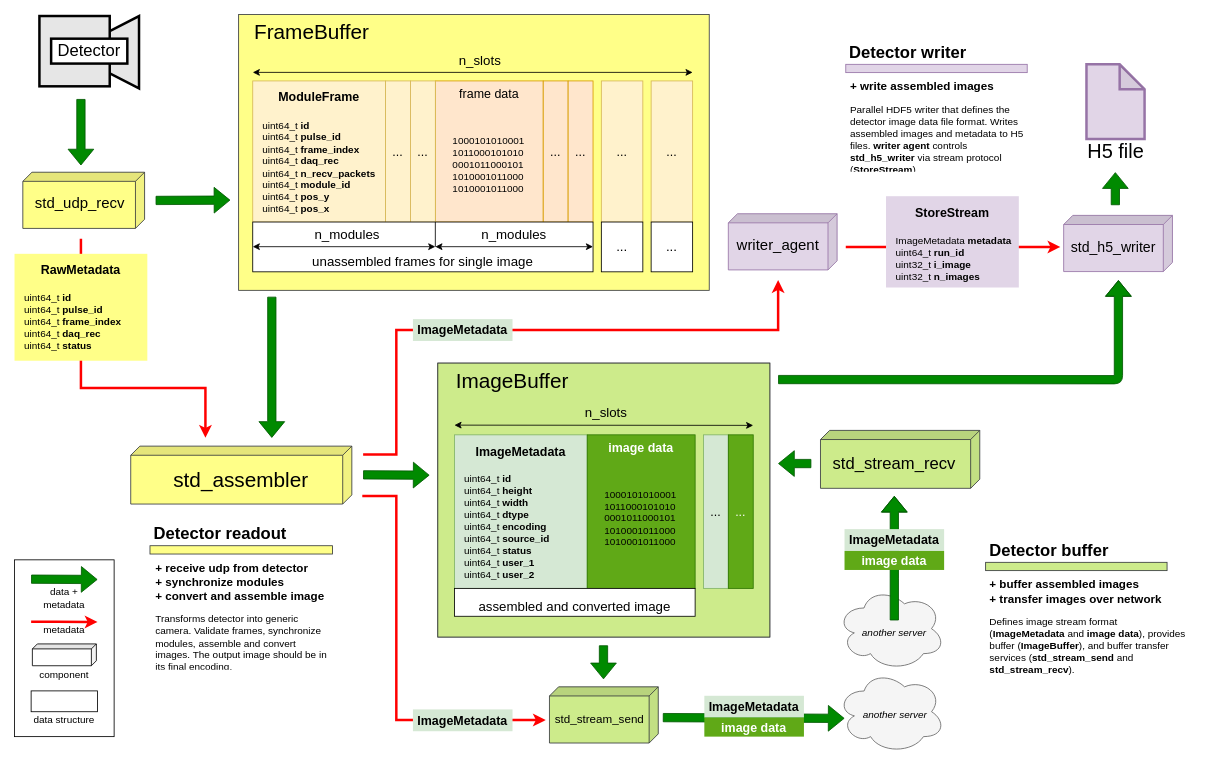
paulscherrerinstitute/std_daq_service keeps this draw.io diagram as page "detector_data_flow" (1 of 2) of docs/diagrams.drawio. Above is the earlier version. Source tidied: cells renumbered, new cells numbered last; positions are measured from the earlier drawing's top-left corner, leaving out a move shared by most shapes. Both pictures are drawn from the tidied source at 83%, with x=0, y=0 at pixel (14, 14).
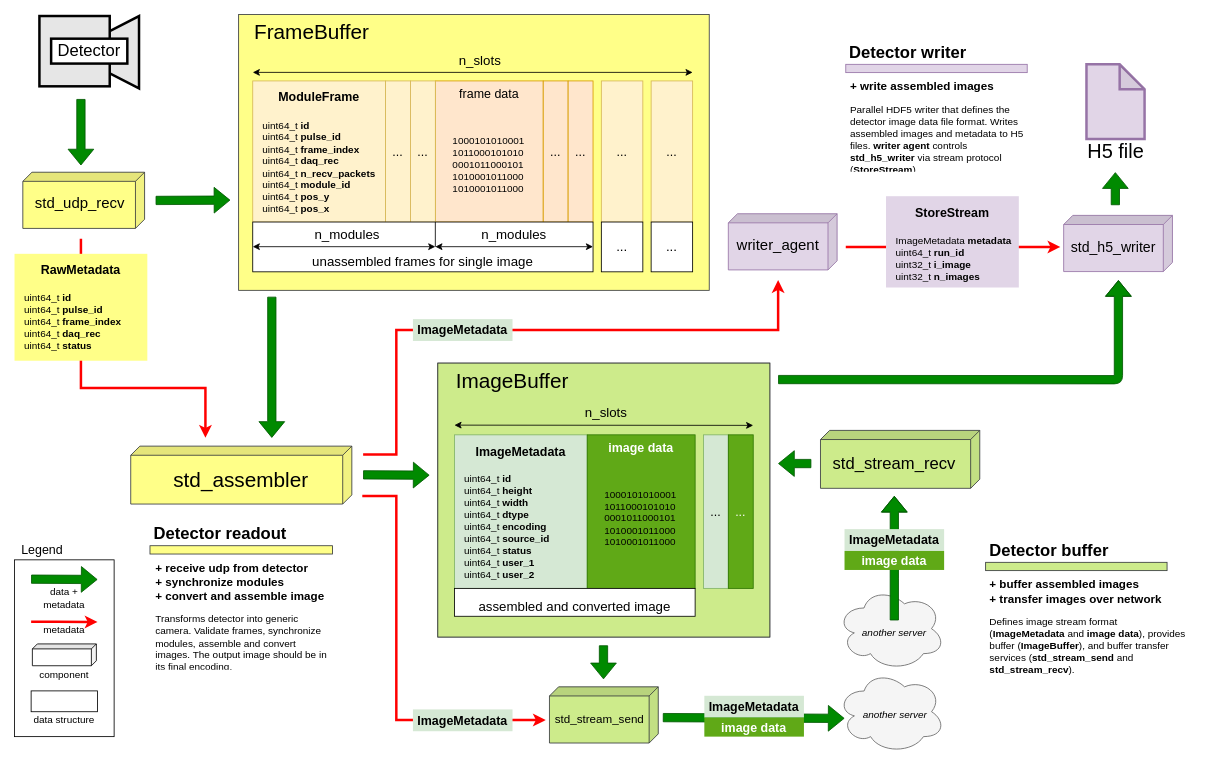
After the change.

Diff of the diagram source:
```diff
@@
+    <mxCell id="142" value="Legend" style="text;html=1;strokeColor=none;fillColor=none;align=center;verticalAlign=middle;whiteSpace=wrap;rounded=0;fontSize=15;fontColor=#000000;" parent="1" vertex="1">
+      <mxGeometry y="633.2" width="66.7" height="22.7" as="geometry" />
+    </mxCell>
```
